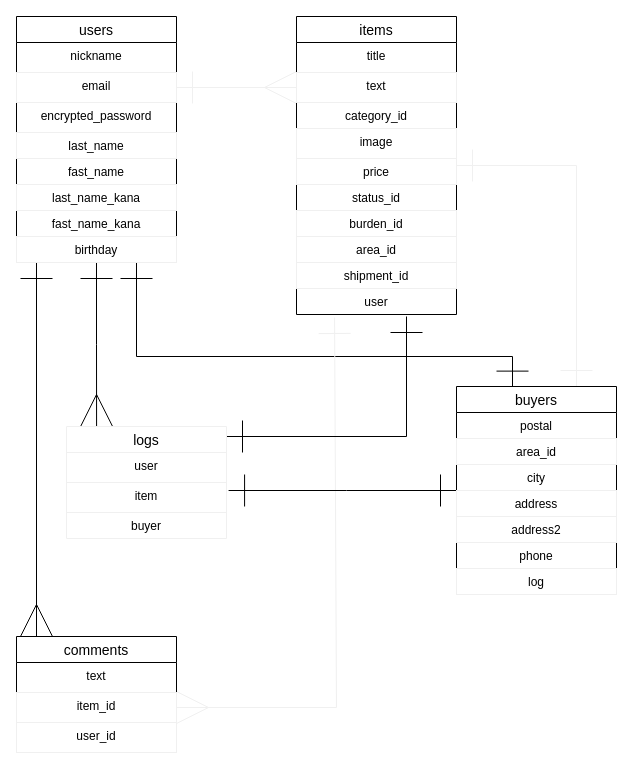
The draw.io diagram furima.dio in tk-i/furima-33847, before the edit. Source tidied: cells renumbered, new cells numbered last; positions are measured from the earlier drawing's top-left corner, leaving out a move shared by most shapes. Both pictures are drawn from the tidied source at 100%, with x=0, y=0 at pixel (16, 16).
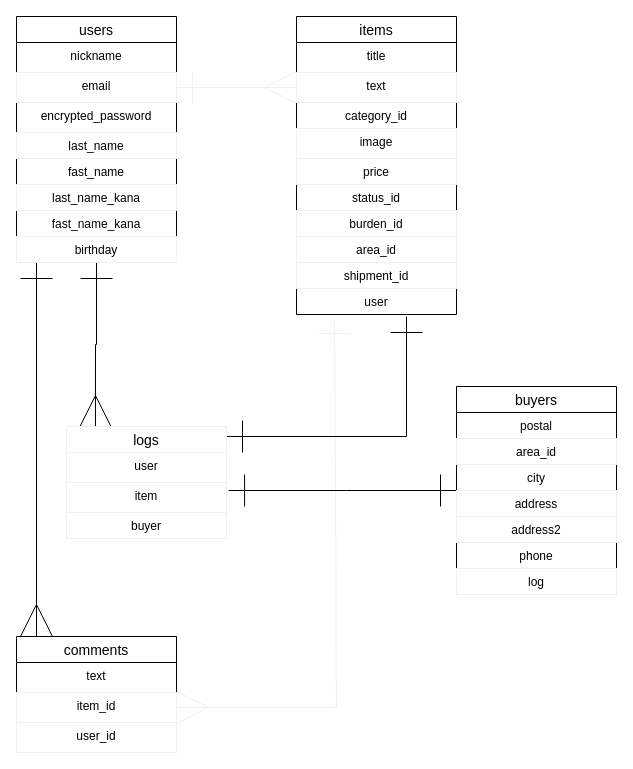
The same page after the edit.

Unchanged cells that the change refers to:
```xml
<mxCell id="6" value="users" style="swimlane;fontStyle=0;horizontal=1;startSize=26;align=center;fontSize=14;" parent="1" vertex="1">
  <mxGeometry width="160" height="246" as="geometry" />
</mxCell>
<mxCell id="17" value="items" style="swimlane;fontStyle=0;horizontal=1;startSize=26;align=center;fontSize=14;" parent="1" vertex="1">
  <mxGeometry x="280" width="160" height="298" as="geometry" />
</mxCell>
<mxCell id="33" value="buyers" style="swimlane;fontStyle=0;horizontal=1;startSize=26;align=center;fontSize=14;" parent="1" vertex="1">
  <mxGeometry x="440" y="370" width="160" height="208" as="geometry" />
</mxCell>
<mxCell id="42" value="logs" style="swimlane;fontStyle=0;horizontal=1;startSize=26;align=center;fontSize=14;strokeColor=#f0f0f0;" parent="1" vertex="1">
  <mxGeometry x="50" y="410" width="160" height="112" as="geometry" />
</mxCell>
```

The edit, as a diff of the source:
```diff
@@
-    <mxCell id="4" style="edgeStyle=orthogonalEdgeStyle;rounded=0;jettySize=auto;html=1;endArrow=ERone;endFill=0;strokeWidth=1;startSize=30;endSize=30;startArrow=ERone;startFill=0;entryX=0.35;entryY=0.003;entryDx=0;entryDy=0;entryPerimeter=0;" parent="1" edge="1" source="6" target="33">
-      <mxGeometry relative="1" as="geometry">
-        <Array as="points">
-          <mxPoint x="120" y="340" />
-          <mxPoint x="496" y="340" />
-        </Array>
-      </mxGeometry>
-    </mxCell>
-    <mxCell id="5" style="edgeStyle=orthogonalEdgeStyle;rounded=0;jettySize=auto;html=1;entryX=0.188;entryY=0;entryDx=0;entryDy=0;entryPerimeter=0;startArrow=ERone;startFill=0;startSize=30;endArrow=ERmany;endFill=0;endSize=30;" parent="1" edge="1" source="6" target="42">
+    <mxCell id="5" style="edgeStyle=orthogonalEdgeStyle;rounded=0;jettySize=auto;html=1;startArrow=ERone;startFill=0;startSize=30;endArrow=ERmany;endFill=0;endSize=30;entryX=0.181;entryY=0.009;entryDx=0;entryDy=0;entryPerimeter=0;" parent="1" edge="1" source="6" target="42">
       <mxGeometry relative="1" as="geometry" />
     </mxCell>
@@
-    <mxCell id="16" style="edgeStyle=none;rounded=0;jumpStyle=none;jettySize=auto;html=1;startArrow=ERone;startFill=0;startSize=30;endArrow=ERone;endFill=0;endSize=30;targetPerimeterSpacing=0;strokeColor=#f0f0f0;strokeWidth=1;entryX=0.75;entryY=0;entryDx=0;entryDy=0;" parent="1" edge="1" source="17" target="33">
-      <mxGeometry relative="1" as="geometry">
-        <Array as="points">
-          <mxPoint x="560" y="149" />
-        </Array>
-      </mxGeometry>
-    </mxCell>
```
